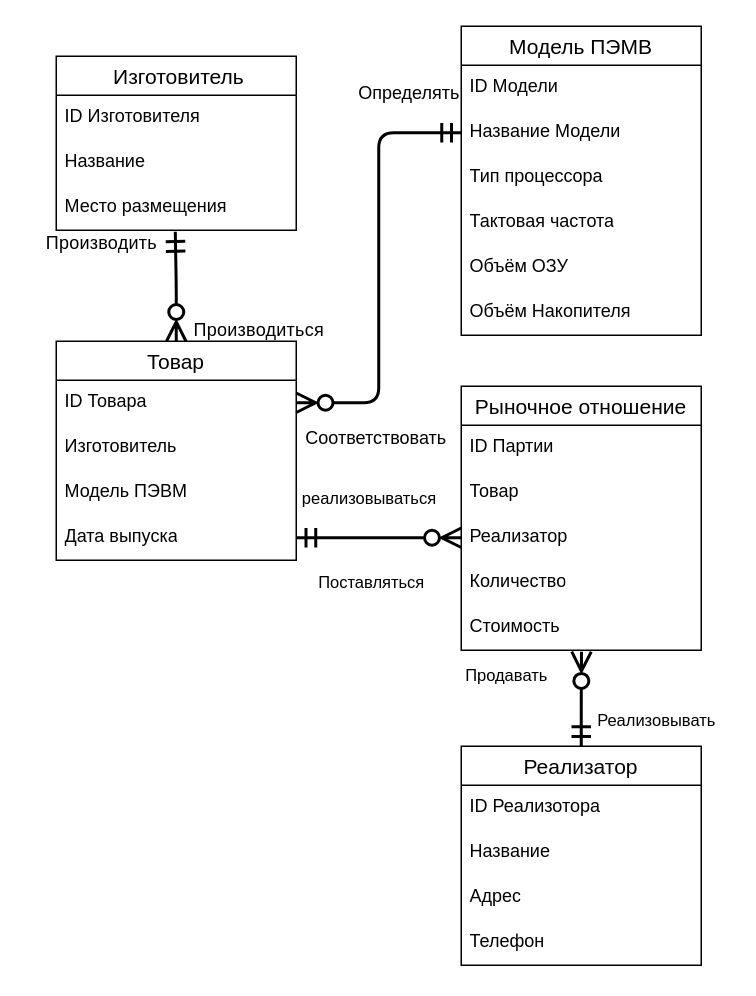
Earlier version of the draw.io diagram page "Page-1" (1 of 2) of AccessDBs/Куценко/Работа 8/ERD.drawio (JayStorm228/CollegeStudy). Source tidied: cells renumbered, new cells numbered last; positions are measured from the earlier drawing's top-left corner, leaving out a move shared by most shapes. Both pictures are drawn from the tidied source at 150%, with x=0, y=0 at pixel (26, 26).
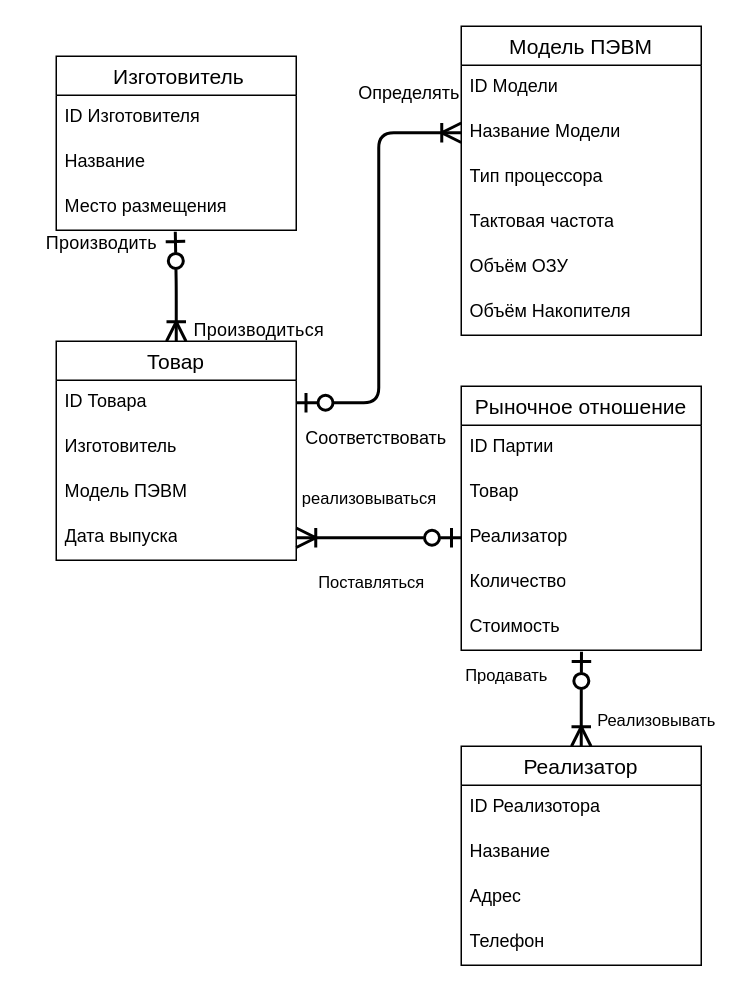
The same diagram, later.

The change refers to these unchanged cells:
```xml
<mxCell id="5" value="Место размещения" style="text;strokeColor=none;fillColor=none;spacingLeft=4;spacingRight=4;overflow=hidden;points=[[0,0.5],[1,0.5]];portConstraint=eastwest;fontSize=12;whiteSpace=wrap;html=1;" parent="2" vertex="1">
  <mxGeometry y="86" width="160" height="30" as="geometry" />
</mxCell>
<mxCell id="6" value="Товар" style="swimlane;fontStyle=0;horizontal=1;startSize=26;align=center;fontSize=14;" parent="1" vertex="1">
  <mxGeometry x="20" y="210" width="160" height="146" as="geometry" />
</mxCell>
<mxCell id="7" value="ID Товара" style="text;strokeColor=none;fillColor=none;spacingLeft=4;spacingRight=4;overflow=hidden;points=[[0,0.5],[1,0.5]];portConstraint=eastwest;fontSize=12;whiteSpace=wrap;html=1;" parent="6" vertex="1">
  <mxGeometry y="26" width="160" height="30" as="geometry" />
</mxCell>
<mxCell id="10" value="Дата выпуска" style="text;strokeColor=none;fillColor=none;spacingLeft=4;spacingRight=4;overflow=hidden;points=[[0,0.5],[1,0.5]];portConstraint=eastwest;fontSize=12;whiteSpace=wrap;html=1;" parent="6" vertex="1">
  <mxGeometry y="116" width="160" height="30" as="geometry" />
</mxCell>
<mxCell id="13" value="Название Модели" style="text;strokeColor=none;fillColor=none;spacingLeft=4;spacingRight=4;overflow=hidden;points=[[0,0.5],[1,0.5]];portConstraint=eastwest;fontSize=12;whiteSpace=wrap;html=1;" parent="11" vertex="1">
  <mxGeometry y="56" width="160" height="30" as="geometry" />
</mxCell>
<mxCell id="22" value="Реализатор" style="text;strokeColor=none;fillColor=none;spacingLeft=4;spacingRight=4;overflow=hidden;points=[[0,0.5],[1,0.5]];portConstraint=eastwest;fontSize=12;whiteSpace=wrap;html=1;" parent="19" vertex="1">
  <mxGeometry y="86" width="160" height="30" as="geometry" />
</mxCell>
<mxCell id="24" value="Стоимость" style="text;strokeColor=none;fillColor=none;spacingLeft=4;spacingRight=4;overflow=hidden;points=[[0,0.5],[1,0.5]];portConstraint=eastwest;fontSize=12;whiteSpace=wrap;html=1;" parent="19" vertex="1">
  <mxGeometry y="146" width="160" height="30" as="geometry" />
</mxCell>
<mxCell id="26" value="Реализатор" style="swimlane;fontStyle=0;horizontal=1;startSize=26;align=center;fontSize=14;" parent="1" vertex="1">
  <mxGeometry x="290" y="480" width="160" height="146" as="geometry" />
</mxCell>
```

Diff of the diagram source:
```diff
@@
-    <mxCell id="11" value="Модель ПЭМВ" style="swimlane;fontStyle=0;horizontal=1;startSize=26;align=center;fontSize=14;" parent="1" vertex="1">
+    <mxCell id="11" value="Модель ПЭВМ" style="swimlane;fontStyle=0;horizontal=1;startSize=26;align=center;fontSize=14;" parent="1" vertex="1">
       <mxGeometry x="290" width="160" height="206" as="geometry" />
     </mxCell>
@@
-    <mxCell id="18" style="edgeStyle=orthogonalEdgeStyle;shape=connector;rounded=1;html=1;exitX=0;exitY=0.5;exitDx=0;exitDy=0;entryX=1;entryY=0.5;entryDx=0;entryDy=0;strokeColor=default;strokeWidth=2;align=center;verticalAlign=middle;fontFamily=Helvetica;fontSize=11;fontColor=default;labelBackgroundColor=default;startArrow=ERmandOne;startFill=0;endArrow=ERzeroToMany;endFill=0;startSize=10;endSize=10;sourcePerimeterSpacing=6;targetPerimeterSpacing=6;" parent="1" edge="1" source="13" target="7">
+    <mxCell id="18" style="edgeStyle=orthogonalEdgeStyle;shape=connector;rounded=1;html=1;exitX=0;exitY=0.5;exitDx=0;exitDy=0;entryX=1;entryY=0.5;entryDx=0;entryDy=0;strokeColor=default;strokeWidth=2;align=center;verticalAlign=middle;fontFamily=Helvetica;fontSize=11;fontColor=default;labelBackgroundColor=default;startArrow=ERoneToMany;startFill=0;endArrow=ERzeroToOne;endFill=0;startSize=10;endSize=10;sourcePerimeterSpacing=6;targetPerimeterSpacing=6;" parent="1" edge="1" source="13" target="7">
       <mxGeometry relative="1" as="geometry" />
     </mxCell>
@@
-    <mxCell id="25" style="edgeStyle=orthogonalEdgeStyle;shape=connector;rounded=1;html=1;exitX=0.5;exitY=0;exitDx=0;exitDy=0;entryX=0.496;entryY=1.033;entryDx=0;entryDy=0;entryPerimeter=0;strokeColor=default;strokeWidth=2;align=center;verticalAlign=middle;fontFamily=Helvetica;fontSize=11;fontColor=default;labelBackgroundColor=default;startArrow=ERzeroToMany;startFill=0;startSize=10;endArrow=ERmandOne;endFill=0;endSize=10;sourcePerimeterSpacing=6;targetPerimeterSpacing=6;" parent="1" edge="1" source="6" target="5">
+    <mxCell id="25" style="edgeStyle=orthogonalEdgeStyle;shape=connector;rounded=1;html=1;exitX=0.5;exitY=0;exitDx=0;exitDy=0;entryX=0.496;entryY=1.033;entryDx=0;entryDy=0;entryPerimeter=0;strokeColor=default;strokeWidth=2;align=center;verticalAlign=middle;fontFamily=Helvetica;fontSize=11;fontColor=default;labelBackgroundColor=default;startArrow=ERoneToMany;startFill=0;startSize=10;endArrow=ERzeroToOne;endFill=0;endSize=10;sourcePerimeterSpacing=6;targetPerimeterSpacing=6;" parent="1" edge="1" source="6" target="5">
       <mxGeometry relative="1" as="geometry" />
     </mxCell>
@@
-    <mxCell id="31" style="edgeStyle=orthogonalEdgeStyle;shape=connector;rounded=1;html=1;exitX=0.5;exitY=0;exitDx=0;exitDy=0;entryX=0.501;entryY=1.033;entryDx=0;entryDy=0;entryPerimeter=0;strokeColor=default;strokeWidth=2;align=center;verticalAlign=middle;fontFamily=Helvetica;fontSize=11;fontColor=default;labelBackgroundColor=default;startArrow=ERmandOne;startFill=0;startSize=10;endArrow=ERzeroToMany;endFill=0;endSize=10;sourcePerimeterSpacing=6;targetPerimeterSpacing=6;" parent="1" edge="1" source="26" target="24">
+    <mxCell id="31" style="edgeStyle=orthogonalEdgeStyle;shape=connector;rounded=1;html=1;exitX=0.5;exitY=0;exitDx=0;exitDy=0;entryX=0.501;entryY=1.033;entryDx=0;entryDy=0;entryPerimeter=0;strokeColor=default;strokeWidth=2;align=center;verticalAlign=middle;fontFamily=Helvetica;fontSize=11;fontColor=default;labelBackgroundColor=default;startArrow=ERoneToMany;startFill=0;startSize=10;endArrow=ERzeroToOne;endFill=0;endSize=10;sourcePerimeterSpacing=6;targetPerimeterSpacing=6;" parent="1" edge="1" source="26" target="24">
       <mxGeometry relative="1" as="geometry" />
     </mxCell>
-    <mxCell id="32" style="edgeStyle=orthogonalEdgeStyle;shape=connector;rounded=1;html=1;exitX=1;exitY=0.5;exitDx=0;exitDy=0;entryX=0;entryY=0.5;entryDx=0;entryDy=0;strokeColor=default;strokeWidth=2;align=center;verticalAlign=middle;fontFamily=Helvetica;fontSize=11;fontColor=default;labelBackgroundColor=default;startArrow=ERmandOne;startFill=0;startSize=10;endArrow=ERzeroToMany;endFill=0;endSize=10;sourcePerimeterSpacing=6;targetPerimeterSpacing=6;" parent="1" edge="1" source="10" target="22">
+    <mxCell id="32" style="edgeStyle=orthogonalEdgeStyle;shape=connector;rounded=1;html=1;exitX=1;exitY=0.5;exitDx=0;exitDy=0;entryX=0;entryY=0.5;entryDx=0;entryDy=0;strokeColor=default;strokeWidth=2;align=center;verticalAlign=middle;fontFamily=Helvetica;fontSize=11;fontColor=default;labelBackgroundColor=default;startArrow=ERoneToMany;startFill=0;startSize=10;endArrow=ERzeroToOne;endFill=0;endSize=10;sourcePerimeterSpacing=6;targetPerimeterSpacing=6;" parent="1" edge="1" source="10" target="22">
       <mxGeometry relative="1" as="geometry" />
     </mxCell>
```
